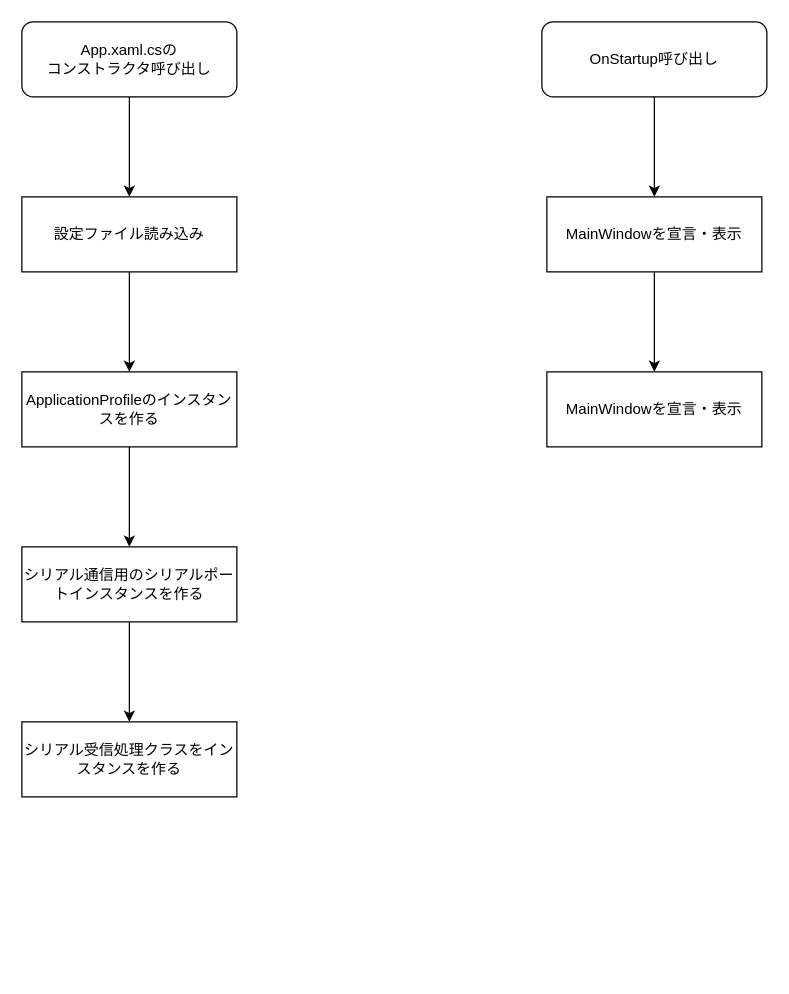
Earlier version of the draw.io diagram 仕様とか/起動時のフロー.drawio (SARD-Hybrid-Rocket-Project/Terminal-NEXT). Source tidied: cells renumbered, new cells numbered last; positions are measured from the earlier drawing's top-left corner, leaving out a move shared by most shapes. Both pictures are drawn from the tidied source at 125%, with x=0, y=0 at pixel (21, 21).
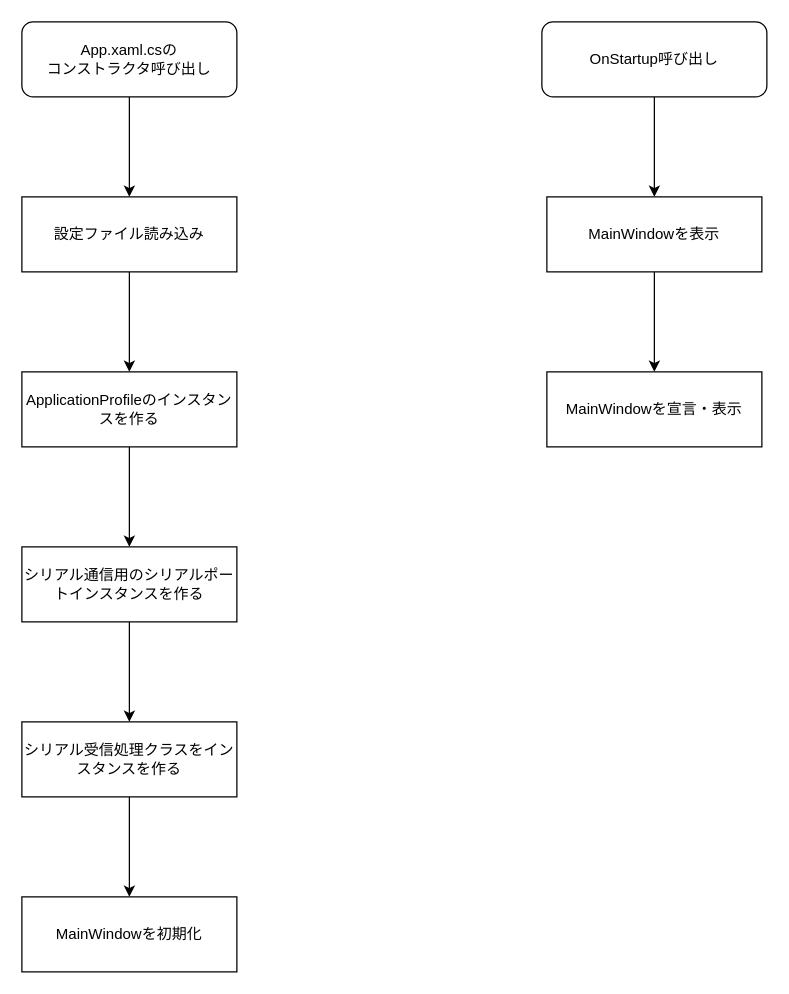
After the change.

Change to the diagram source:
```diff
@@
 <mxGraphModel>
   <root>
     <mxCell id="0" />
     <mxCell id="1" parent="0" />
     <mxCell id="2" style="edgeStyle=none;html=1;" parent="1" edge="1" source="3" target="5">
       <mxGeometry relative="1" as="geometry" />
     </mxCell>
     <mxCell id="3" value="App.xaml.csの&lt;br&gt;コンストラクタ呼び出し" style="rounded=1;whiteSpace=wrap;html=1;" parent="1" vertex="1">
       <mxGeometry width="172" height="60" as="geometry" />
     </mxCell>
     <mxCell id="4" style="edgeStyle=none;html=1;" parent="1" edge="1" source="5" target="7">
       <mxGeometry relative="1" as="geometry" />
     </mxCell>
     <mxCell id="5" value="設定ファイル読み込み" style="rounded=0;whiteSpace=wrap;html=1;glass=0;" parent="1" vertex="1">
       <mxGeometry y="140" width="172" height="60" as="geometry" />
     </mxCell>
     <mxCell id="6" style="edgeStyle=none;html=1;" parent="1" edge="1" source="7" target="9">
       <mxGeometry relative="1" as="geometry" />
     </mxCell>
     <mxCell id="7" value="ApplicationProfileのインスタンスを作る" style="rounded=0;whiteSpace=wrap;html=1;glass=0;shadow=0;" parent="1" vertex="1">
       <mxGeometry y="280" width="172" height="60" as="geometry" />
     </mxCell>
     <mxCell id="8" style="edgeStyle=none;html=1;" parent="1" edge="1" source="9" target="15">
       <mxGeometry relative="1" as="geometry" />
     </mxCell>
     <mxCell id="9" value="シリアル通信用のシリアルポートインスタンスを作る" style="rounded=0;whiteSpace=wrap;html=1;glass=0;shadow=0;" parent="1" vertex="1">
       <mxGeometry y="420" width="172" height="60" as="geometry" />
     </mxCell>
     <mxCell id="10" style="edgeStyle=none;html=1;" parent="1" edge="1" source="11" target="14">
       <mxGeometry relative="1" as="geometry" />
     </mxCell>
-    <mxCell id="11" value="MainWindowを宣言・表示" style="rounded=0;whiteSpace=wrap;html=1;glass=0;shadow=0;" parent="1" vertex="1">
+    <mxCell id="11" value="MainWindowを表示" style="rounded=0;whiteSpace=wrap;html=1;glass=0;shadow=0;" parent="1" vertex="1">
       <mxGeometry x="420" y="140" width="172" height="60" as="geometry" />
     </mxCell>
     <mxCell id="12" style="edgeStyle=none;html=1;" parent="1" edge="1" source="13" target="11">
       <mxGeometry relative="1" as="geometry" />
     </mxCell>
     <mxCell id="13" value="OnStartup呼び出し" style="rounded=1;whiteSpace=wrap;html=1;shadow=0;glass=0;sketch=0;" parent="1" vertex="1">
       <mxGeometry x="416" width="180" height="60" as="geometry" />
     </mxCell>
     <mxCell id="14" value="MainWindowを宣言・表示" style="rounded=0;whiteSpace=wrap;html=1;glass=0;shadow=0;" parent="1" vertex="1">
       <mxGeometry x="420" y="280" width="172" height="60" as="geometry" />
     </mxCell>
+    <mxCell id="16" style="edgeStyle=none;html=1;" parent="1" edge="1" source="15" target="17">
+      <mxGeometry relative="1" as="geometry" />
+    </mxCell>
     <mxCell id="15" value="シリアル受信処理クラスをインスタンスを作る" style="rounded=0;whiteSpace=wrap;html=1;glass=0;shadow=0;" parent="1" vertex="1">
       <mxGeometry y="560" width="172" height="60" as="geometry" />
     </mxCell>
+    <mxCell id="17" value="MainWindowを初期化" style="rounded=0;whiteSpace=wrap;html=1;glass=0;shadow=0;" parent="1" vertex="1">
+      <mxGeometry y="700" width="172" height="60" as="geometry" />
+    </mxCell>
   </root>
 </mxGraphModel>
```
